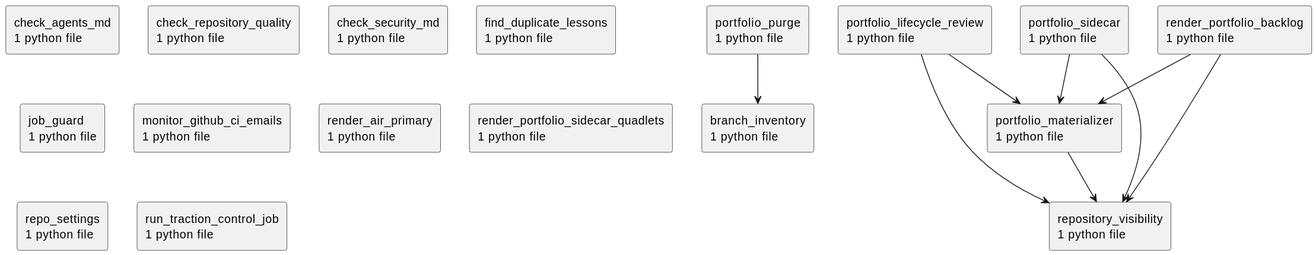
Earlier version of the PlantUML export docs/diagrams/python-packages.puml.svg (casonk/traction-control).
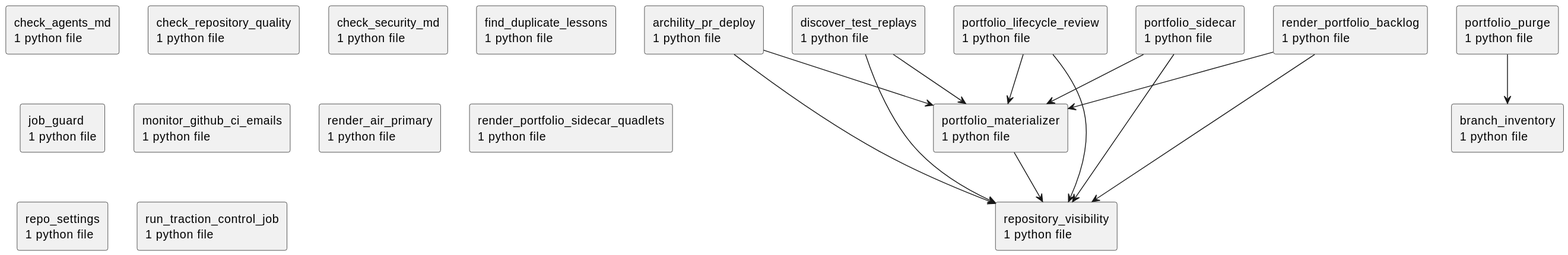
After the change.

Diff of the diagram source:
```diff
@@ -2,10 +2,12 @@
 set namespaceSeparator none
 top to bottom direction
 skinparam componentStyle rectangle
+rectangle "archility_pr_deploy\n1 python file" as archility_pr_deploy
 rectangle "branch_inventory\n1 python file" as branch_inventory
 rectangle "check_agents_md\n1 python file" as check_agents_md
 rectangle "check_repository_quality\n1 python file" as check_repository_quality
 rectangle "check_security_md\n1 python file" as check_security_md
+rectangle "discover_test_replays\n1 python file" as discover_test_replays
 rectangle "find_duplicate_lessons\n1 python file" as find_duplicate_lessons
 rectangle "job_guard\n1 python file" as job_guard
 rectangle "monitor_github_ci_emails\n1 python file" as monitor_github_ci_emails
@@ -19,6 +21,10 @@
 rectangle "repo_settings\n1 python file" as repo_settings
 rectangle "repository_visibility\n1 python file" as repository_visibility
 rectangle "run_traction_control_job\n1 python file" as run_traction_control_job
+archility_pr_deploy --> portfolio_materializer
+archility_pr_deploy --> repository_visibility
+discover_test_replays --> portfolio_materializer
+discover_test_replays --> repository_visibility
 portfolio_lifecycle_review --> portfolio_materializer
 portfolio_lifecycle_review --> repository_visibility
 portfolio_materializer --> repository_visibility
```
